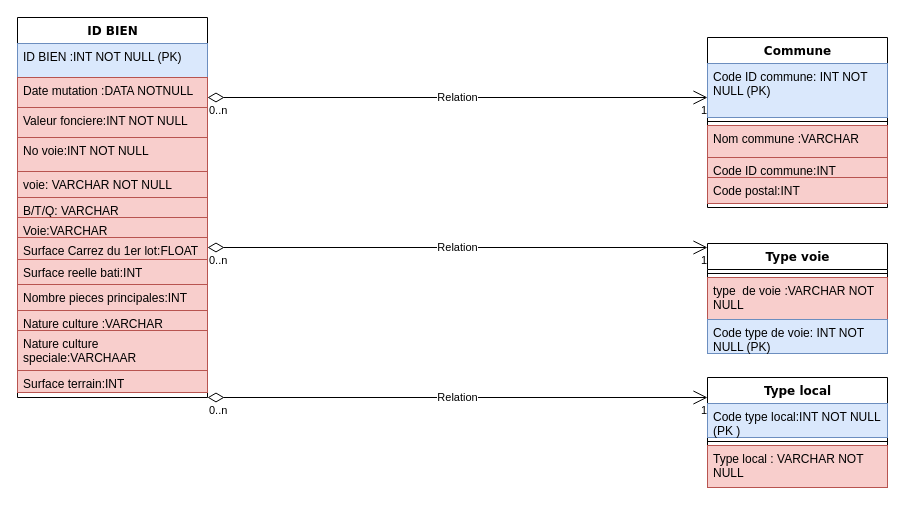
louzhixin/bootstrap keeps this draw.io diagram as .github/ISSUE_TEMPLATE/Untitled Diagram.drawio. Above is the earlier version. Source tidied: cells renumbered, new cells numbered last; positions are measured from the earlier drawing's top-left corner, leaving out a move shared by most shapes. Both pictures are drawn from the tidied source at 100%, with x=0, y=0 at pixel (17, 17).
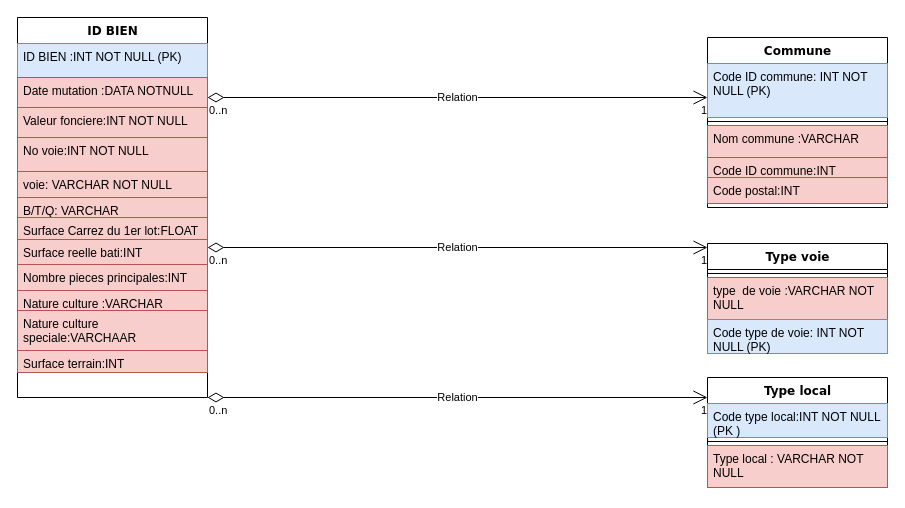
The same page after the edit.

Unchanged cells that the change refers to:
```xml
<mxCell id="2" value="ID BIEN" style="swimlane;html=1;fontStyle=1;align=center;verticalAlign=top;horizontal=1;startSize=26;swimlaneFillColor=#ffffff;rounded=0;shadow=0;comic=0;labelBackgroundColor=none;strokeWidth=1;fillColor=none;fontFamily=Verdana;fontSize=12;" parent="1" vertex="1">
  <mxGeometry width="190" height="380" as="geometry" />
</mxCell>
```

What changed in the source:
```diff
@@
-    <mxCell id="9" value="Voie:VARCHAR" style="text;html=1;strokeColor=#b85450;fillColor=#f8cecc;align=left;verticalAlign=top;spacingLeft=4;spacingRight=4;whiteSpace=wrap;overflow=hidden;" parent="2" vertex="1">
-      <mxGeometry y="200" width="190" height="20" as="geometry" />
-    </mxCell>
     <mxCell id="10" value="Surface Carrez du 1er lot:FLOAT" style="text;html=1;strokeColor=#b85450;fillColor=#f8cecc;align=left;verticalAlign=top;spacingLeft=4;spacingRight=4;whiteSpace=wrap;overflow=hidden;" parent="2" vertex="1">
-      <mxGeometry y="220" width="190" height="22" as="geometry" />
+      <mxGeometry y="200" width="190" height="22" as="geometry" />
     </mxCell>
     <mxCell id="11" value="Surface reelle bati:INT" style="text;html=1;strokeColor=#b85450;fillColor=#f8cecc;align=left;verticalAlign=top;spacingLeft=4;spacingRight=4;whiteSpace=wrap;overflow=hidden;" parent="2" vertex="1">
-      <mxGeometry y="242" width="190" height="25" as="geometry" />
+      <mxGeometry y="222" width="190" height="25" as="geometry" />
     </mxCell>
     <mxCell id="12" value="Nombre pieces principales:INT" style="text;html=1;strokeColor=#b85450;fillColor=#f8cecc;align=left;verticalAlign=top;spacingLeft=4;spacingRight=4;whiteSpace=wrap;overflow=hidden;" parent="2" vertex="1">
-      <mxGeometry y="267" width="190" height="26" as="geometry" />
+      <mxGeometry y="247" width="190" height="26" as="geometry" />
     </mxCell>
     <mxCell id="13" value="Nature culture :VARCHAR" style="text;html=1;strokeColor=#b85450;fillColor=#f8cecc;align=left;verticalAlign=top;spacingLeft=4;spacingRight=4;whiteSpace=wrap;overflow=hidden;" parent="2" vertex="1">
-      <mxGeometry y="293" width="190" height="20" as="geometry" />
+      <mxGeometry y="273" width="190" height="20" as="geometry" />
     </mxCell>
     <mxCell id="14" value="Nature culture speciale:VARCHAAR" style="text;html=1;strokeColor=#b85450;fillColor=#f8cecc;align=left;verticalAlign=top;spacingLeft=4;spacingRight=4;whiteSpace=wrap;overflow=hidden;" parent="2" vertex="1">
-      <mxGeometry y="313" width="190" height="40" as="geometry" />
+      <mxGeometry y="293" width="190" height="40" as="geometry" />
     </mxCell>
     <mxCell id="15" value="Surface terrain:INT" style="text;html=1;strokeColor=#b85450;fillColor=#f8cecc;align=left;verticalAlign=top;spacingLeft=4;spacingRight=4;whiteSpace=wrap;overflow=hidden;" parent="2" vertex="1">
-      <mxGeometry y="353" width="190" height="22" as="geometry" />
+      <mxGeometry y="333" width="190" height="22" as="geometry" />
     </mxCell>
```
